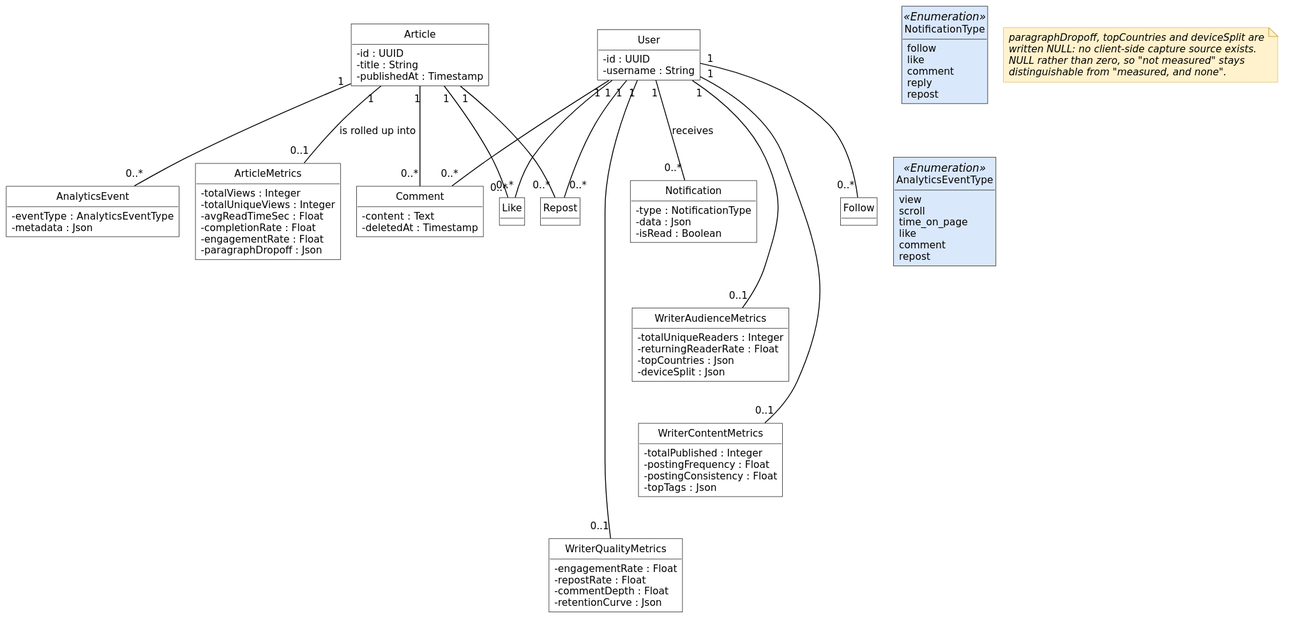
Earlier version of the PlantUML export diagrams/fig-5-2-classes-sprint-3/fig-5-2-classes-sprint-3.svg (inkwell-dev/spec.inkwell.ai).
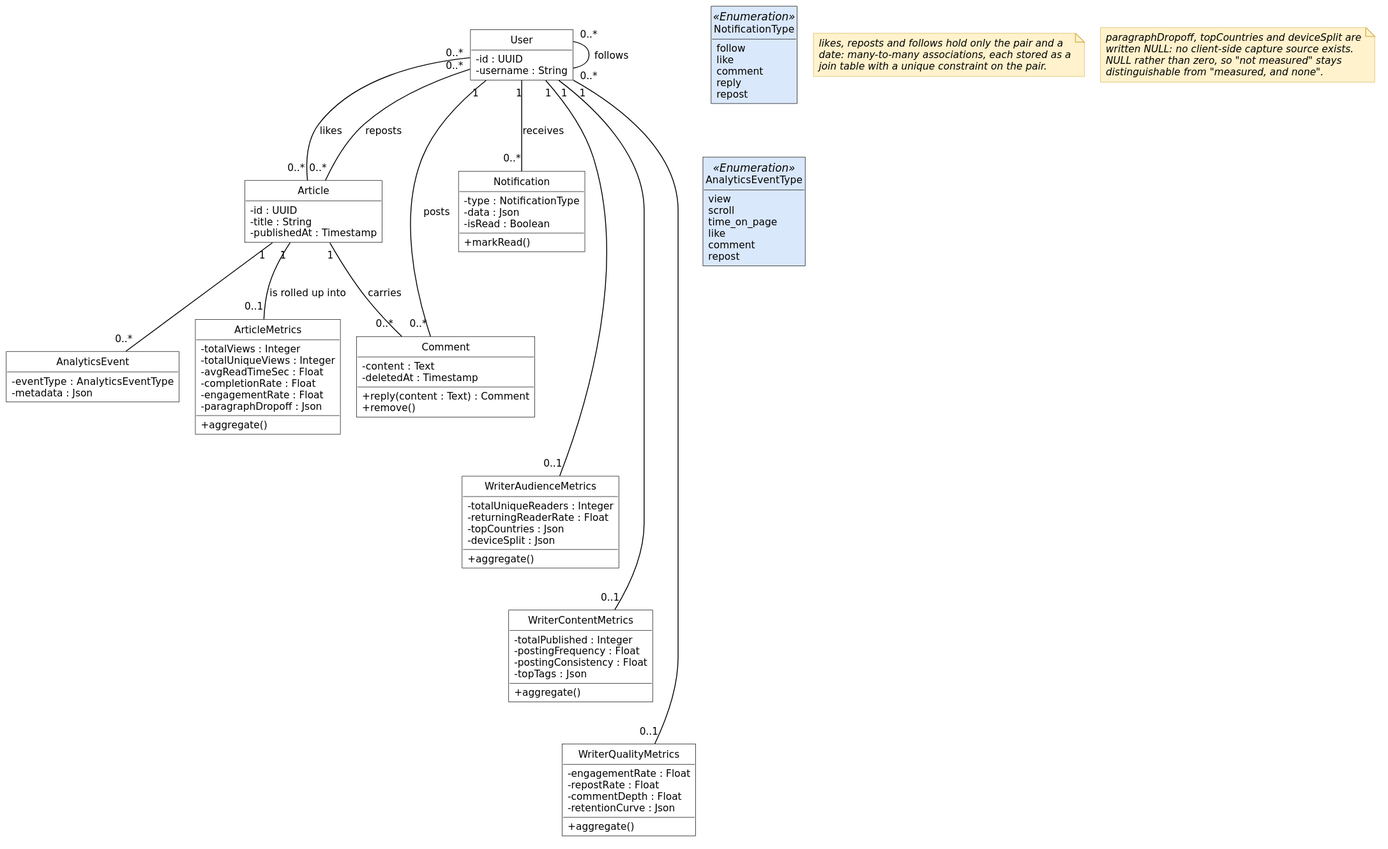
The same file after the commit.

Change to the diagram source:
```diff
@@ -3,7 +3,7 @@
 skinparam nodesep 18
 skinparam ranksep 45
 hide circle
-hide methods
+hide empty methods
 
 class User {
   - id : UUID
@@ -14,17 +14,17 @@
   - title : String
   - publishedAt : Timestamp
 }
-class Like
 class Comment {
   - content : Text
   - deletedAt : Timestamp
+  + reply(content : Text) : Comment
+  + remove()
 }
-class Repost
-class Follow
 class Notification {
   - type : NotificationType
   - data : Json
   - isRead : Boolean
+  + markRead()
 }
 class AnalyticsEvent {
   - eventType : AnalyticsEventType
@@ -37,24 +37,28 @@
   - completionRate : Float
   - engagementRate : Float
   - paragraphDropoff : Json
+  + aggregate()
 }
 class WriterAudienceMetrics {
   - totalUniqueReaders : Integer
   - returningReaderRate : Float
   - topCountries : Json
   - deviceSplit : Json
+  + aggregate()
 }
 class WriterContentMetrics {
   - totalPublished : Integer
   - postingFrequency : Float
   - postingConsistency : Float
   - topTags : Json
+  + aggregate()
 }
 class WriterQualityMetrics {
   - engagementRate : Float
   - repostRate : Float
   - commentDepth : Float
   - retentionCurve : Json
+  + aggregate()
 }
 
 class NotificationType <<Enumeration>> {
@@ -73,19 +77,23 @@
   repost
 }
 
-User "1" -- "0..*" Like
-User "1" -- "0..*" Comment
-User "1" -- "0..*" Repost
-User "1" -- "0..*" Follow
+User "0..*" -- "0..*" Article : likes
+User "1" -- "0..*" Comment : posts
+User "0..*" -- "0..*" Article : reposts
+User "0..*" -- "0..*" User : follows
 User "1" -- "0..*" Notification : receives
-Article "1" -- "0..*" Like
-Article "1" -- "0..*" Comment
-Article "1" -- "0..*" Repost
+Article "1" -- "0..*" Comment : carries
 Article "1" -- "0..*" AnalyticsEvent
 Article "1" -- "0..1" ArticleMetrics : is rolled up into
 User "1" -- "0..1" WriterAudienceMetrics
 User "1" -- "0..1" WriterContentMetrics
 User "1" -- "0..1" WriterQualityMetrics
+
+note as N0
+  likes, reposts and follows hold only the pair and a
+  date: many-to-many associations, each stored as a
+  join table with a unique constraint on the pair.
+end note
 
 note as N1
   paragraphDropoff, topCountries and deviceSplit are
```
